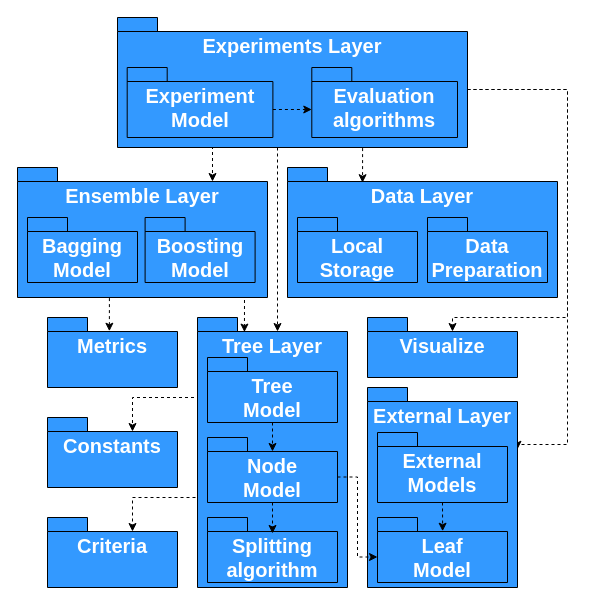
The draw.io diagram page "Страница — 2" (2 of 2) of doc/BaseArchitecture2023.drawio in iuliivasilev/dev-survivors, before the edit. Source tidied: cells renumbered, new cells numbered last; positions are measured from the earlier drawing's top-left corner, leaving out a move shared by most shapes. Both pictures are drawn from the tidied source at 100%, with x=0, y=0 at pixel (17, 17).
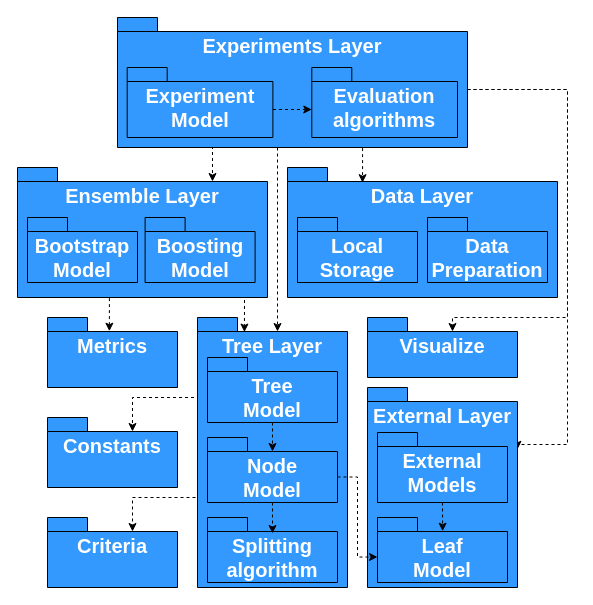
After the change.

The edit, as a diff of the source:
```diff
@@
-    <mxCell id="9" value="Bagging Model" style="shape=folder;fontStyle=1;spacingTop=10;tabWidth=40;tabHeight=14;tabPosition=left;whiteSpace=wrap;labelBackgroundColor=none;fillColor=#3399FF;strokeColor=#000000;labelPosition=center;verticalLabelPosition=middle;align=center;verticalAlign=top;fontSize=20;fontColor=#FFFFFF;html=1;labelBorderColor=none;" parent="1" vertex="1">
+    <mxCell id="9" value="Bootstrap Model" style="shape=folder;fontStyle=1;spacingTop=10;tabWidth=40;tabHeight=14;tabPosition=left;whiteSpace=wrap;labelBackgroundColor=none;fillColor=#3399FF;strokeColor=#000000;labelPosition=center;verticalLabelPosition=middle;align=center;verticalAlign=top;fontSize=20;fontColor=#FFFFFF;html=1;labelBorderColor=none;" parent="1" vertex="1">
       <mxGeometry x="10" y="200" width="110" height="65" as="geometry" />
     </mxCell>
```
